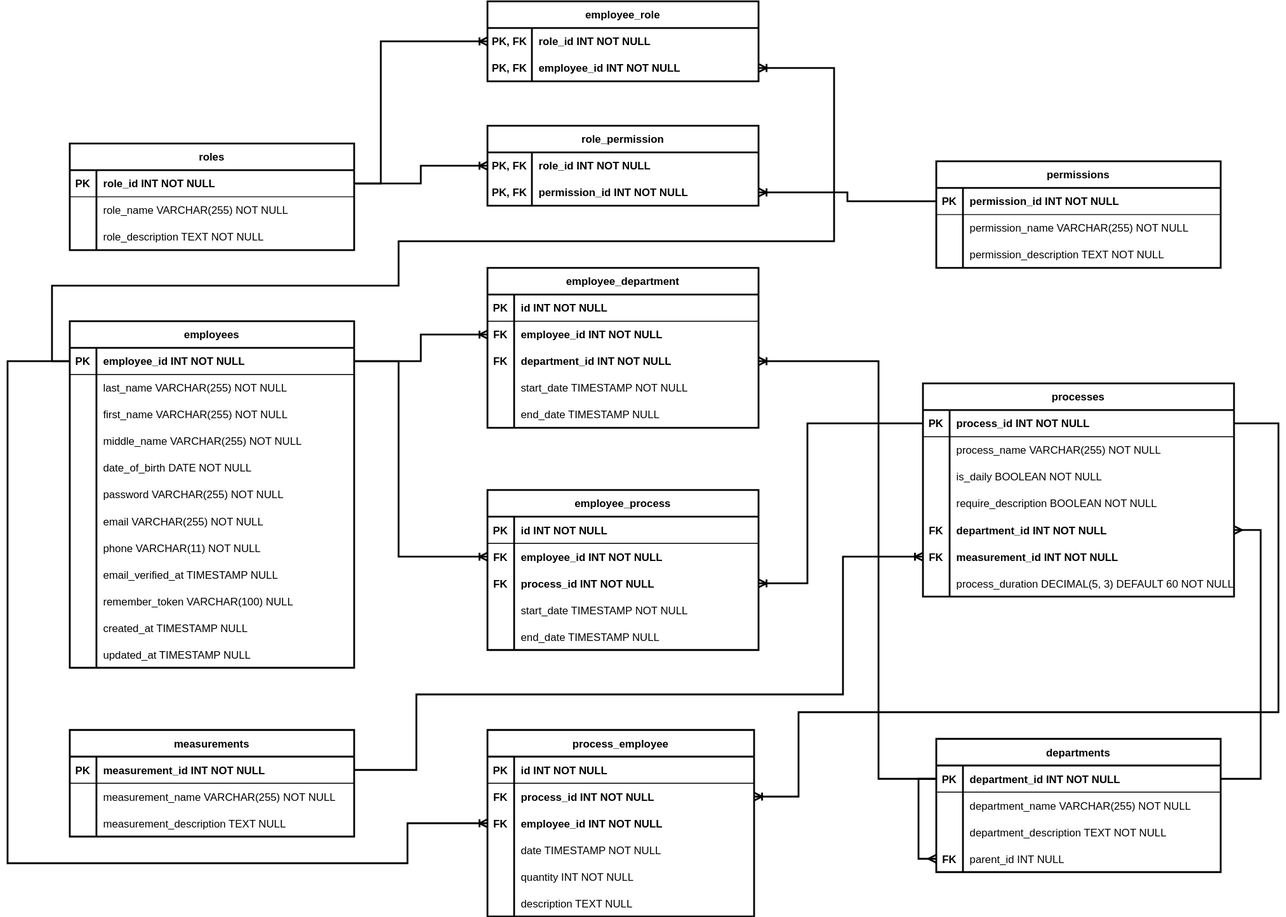
Earlier version of the draw.io export _DatabaseStructure/DB structure new.drawio.svg (JNorri/library_time). Source tidied: cells renumbered, new cells last; positions are measured from the earlier drawing's top-left corner, leaving out a move shared by most shapes.
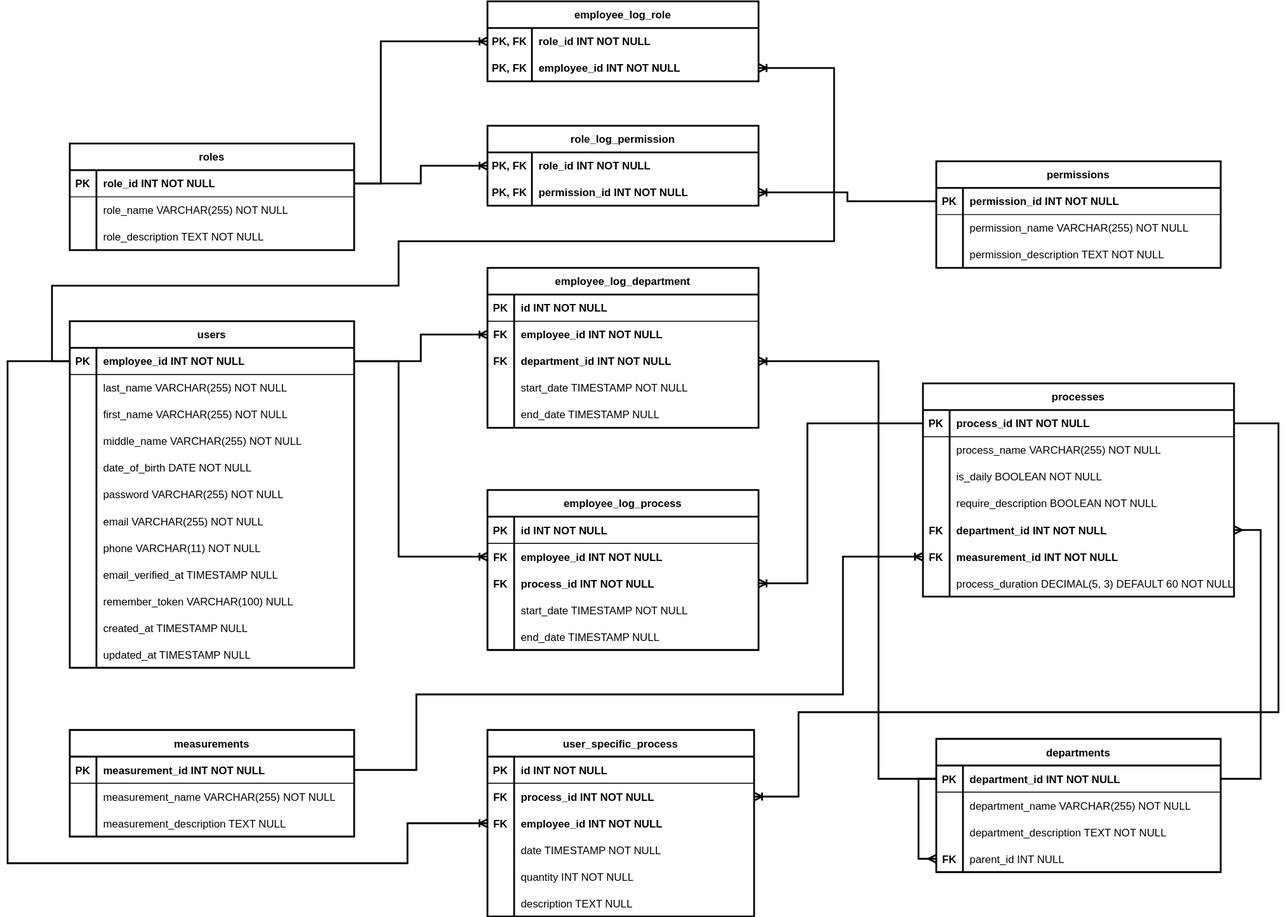
The same file after the commit.

What changed in the source:
```diff
@@ -98,7 +98,7 @@
     <mxCell id="33" value="process_duration DECIMAL(5, 3) DEFAULT 60 NOT NULL" style="shape=partialRectangle;overflow=hidden;fillColor=none;align=left;strokeColor=inherit;top=0;left=0;bottom=0;right=0;spacingLeft=6;" parent="31" vertex="1">
       <mxGeometry x="30" width="320" height="30" as="geometry" />
     </mxCell>
-    <mxCell id="34" value="employees" style="shape=table;startSize=30;rowLines=0;fontStyle=1;align=center;strokeWidth=2;" parent="1" vertex="1">
+    <mxCell id="34" value="users" style="shape=table;startSize=30;rowLines=0;fontStyle=1;align=center;strokeWidth=2;" parent="1" vertex="1">
       <mxGeometry x="70" y="360" width="320" height="390" as="geometry" />
     </mxCell>
     <mxCell id="35" style="shape=tableRow;horizontal=0;startSize=0;swimlaneHead=0;swimlaneBody=0;fillColor=none;points=[[0,0.5],[1,0.5]];portConstraint=eastwest;strokeColor=inherit;top=0;left=0;right=0;bottom=1;" parent="34" vertex="1">
@@ -107,7 +107,7 @@
     <mxCell id="36" value="PK" style="shape=partialRectangle;overflow=hidden;fillColor=none;strokeColor=inherit;top=0;left=0;bottom=0;right=0;fontStyle=1;" parent="35" vertex="1">
       <mxGeometry width="30" height="30" as="geometry" />
     </mxCell>
-    <mxCell id="37" value="employee_id&#9;&#9;   INT NOT NULL" style="shape=partialRectangle;overflow=hidden;fillColor=none;align=left;strokeColor=inherit;top=0;left=0;bottom=0;right=0;spacingLeft=6;fontStyle=1;" parent="35" vertex="1">
+    <mxCell id="37" value="employee_id INT NOT NULL" style="shape=partialRectangle;overflow=hidden;fillColor=none;align=left;strokeColor=inherit;top=0;left=0;bottom=0;right=0;spacingLeft=6;fontStyle=1;" parent="35" vertex="1">
       <mxGeometry x="30" width="290" height="30" as="geometry" />
     </mxCell>
     <mxCell id="38" style="shape=tableRow;horizontal=0;startSize=0;swimlaneHead=0;swimlaneBody=0;fillColor=none;strokeColor=inherit;top=0;left=0;right=0;bottom=0;" parent="34" vertex="1">
@@ -209,7 +209,7 @@
     <mxCell id="70" value="updated_at TIMESTAMP NULL" style="shape=partialRectangle;overflow=hidden;fillColor=none;align=left;strokeColor=inherit;top=0;left=0;bottom=0;right=0;spacingLeft=6;" parent="68" vertex="1">
       <mxGeometry x="30" width="290" height="30" as="geometry" />
     </mxCell>
-    <mxCell id="71" value="process_employee" style="shape=table;startSize=30;rowLines=0;fontStyle=1;align=center;strokeWidth=2;" parent="1" vertex="1">
+    <mxCell id="71" value="user_specific_process" style="shape=table;startSize=30;rowLines=0;fontStyle=1;align=center;strokeWidth=2;" parent="1" vertex="1">
       <mxGeometry x="540" y="820" width="300" height="210" as="geometry" />
     </mxCell>
     <mxCell id="72" style="shape=tableRow;horizontal=0;startSize=0;swimlaneHead=0;swimlaneBody=0;fillColor=none;strokeColor=inherit;top=0;left=0;right=0;bottom=1;" parent="71" vertex="1">
@@ -236,7 +236,7 @@
     <mxCell id="79" value="FK" style="shape=partialRectangle;overflow=hidden;fillColor=none;strokeColor=inherit;top=0;left=0;bottom=0;right=0;fontStyle=1;" parent="78" vertex="1">
       <mxGeometry width="30" height="30" as="geometry" />
     </mxCell>
-    <mxCell id="80" value="employee_id INT NOT NULL" style="shape=partialRectangle;overflow=hidden;fillColor=none;align=left;strokeColor=inherit;top=0;left=0;bottom=0;right=0;spacingLeft=6;fontStyle=1;" parent="78" vertex="1">
+    <mxCell id="80" value="employee_id INT NOT NULL" style="shape=partialRectangle;overflow=hidden;fillColor=none;align=left;strokeColor=inherit;top=0;left=0;bottom=0;right=0;spacingLeft=6;fontStyle=1;" parent="78" vertex="1">
       <mxGeometry x="30" width="270" height="30" as="geometry" />
     </mxCell>
     <mxCell id="81" style="shape=tableRow;horizontal=0;startSize=0;swimlaneHead=0;swimlaneBody=0;fillColor=none;strokeColor=inherit;top=0;left=0;right=0;bottom=0;" parent="71" vertex="1">
@@ -266,7 +266,7 @@
     <mxCell id="89" value="description&#9;TEXT&#9;&#9;        NULL" style="shape=partialRectangle;overflow=hidden;fillColor=none;align=left;strokeColor=inherit;top=0;left=0;bottom=0;right=0;spacingLeft=6;" parent="87" vertex="1">
       <mxGeometry x="30" width="270" height="30" as="geometry" />
     </mxCell>
-    <mxCell id="90" value="employee_department" style="shape=table;startSize=30;rowLines=0;fontStyle=1;align=center;strokeWidth=2;fillColor=default;" parent="1" vertex="1">
+    <mxCell id="90" value="employee_log_department" style="shape=table;startSize=30;rowLines=0;fontStyle=1;align=center;strokeWidth=2;fillColor=default;" parent="1" vertex="1">
       <mxGeometry x="540" y="300" width="305" height="180" as="geometry" />
     </mxCell>
     <mxCell id="91" style="shape=tableRow;horizontal=0;startSize=0;swimlaneHead=0;swimlaneBody=0;fillColor=none;strokeColor=inherit;top=0;left=0;right=0;bottom=1;swimlaneLine=0;" parent="90" vertex="1">
@@ -284,7 +284,7 @@
     <mxCell id="95" value="FK" style="shape=partialRectangle;overflow=hidden;fillColor=none;strokeColor=inherit;top=0;left=0;bottom=0;right=0;fontStyle=1;" parent="94" vertex="1">
       <mxGeometry width="30" height="30" as="geometry" />
     </mxCell>
-    <mxCell id="96" value="employee_id INT NOT NULL" style="shape=partialRectangle;overflow=hidden;fillColor=none;align=left;strokeColor=inherit;top=0;left=0;bottom=0;right=0;spacingLeft=6;fontStyle=1;" parent="94" vertex="1">
+    <mxCell id="96" value="employee_id INT NOT NULL" style="shape=partialRectangle;overflow=hidden;fillColor=none;align=left;strokeColor=inherit;top=0;left=0;bottom=0;right=0;spacingLeft=6;fontStyle=1;" parent="94" vertex="1">
       <mxGeometry x="30" width="275" height="30" as="geometry" />
     </mxCell>
     <mxCell id="97" style="shape=tableRow;horizontal=0;startSize=0;swimlaneHead=0;swimlaneBody=0;fillColor=none;points=[[0,0.5],[1,0.5]];portConstraint=eastwest;strokeColor=inherit;top=0;left=0;right=0;bottom=0;swimlaneLine=0;" parent="90" vertex="1">
@@ -361,7 +361,7 @@
         </Array>
       </mxGeometry>
     </mxCell>
-    <mxCell id="120" value="employee_process" style="shape=table;startSize=30;rowLines=0;fontStyle=1;align=center;strokeWidth=2;fillColor=default;" parent="1" vertex="1">
+    <mxCell id="120" value="employee_log_process" style="shape=table;startSize=30;rowLines=0;fontStyle=1;align=center;strokeWidth=2;fillColor=default;" parent="1" vertex="1">
       <mxGeometry x="540" y="550" width="305" height="180" as="geometry" />
     </mxCell>
     <mxCell id="121" style="shape=tableRow;horizontal=0;startSize=0;swimlaneHead=0;swimlaneBody=0;fillColor=none;strokeColor=inherit;top=0;left=0;right=0;bottom=1;swimlaneLine=0;" parent="120" vertex="1">
@@ -379,7 +379,7 @@
     <mxCell id="125" value="FK" style="shape=partialRectangle;overflow=hidden;fillColor=none;strokeColor=inherit;top=0;left=0;bottom=0;right=0;fontStyle=1;" parent="124" vertex="1">
       <mxGeometry width="30" height="30" as="geometry" />
     </mxCell>
-    <mxCell id="126" value="employee_id INT NOT NULL" style="shape=partialRectangle;overflow=hidden;fillColor=none;align=left;strokeColor=inherit;top=0;left=0;bottom=0;right=0;spacingLeft=6;fontStyle=1;" parent="124" vertex="1">
+    <mxCell id="126" value="employee_id INT NOT NULL" style="shape=partialRectangle;overflow=hidden;fillColor=none;align=left;strokeColor=inherit;top=0;left=0;bottom=0;right=0;spacingLeft=6;fontStyle=1;" parent="124" vertex="1">
       <mxGeometry x="30" width="275" height="30" as="geometry" />
     </mxCell>
     <mxCell id="127" style="shape=tableRow;horizontal=0;startSize=0;swimlaneHead=0;swimlaneBody=0;fillColor=none;points=[[0,0.5],[1,0.5]];portConstraint=eastwest;strokeColor=inherit;top=0;left=0;right=0;bottom=0;swimlaneLine=0;" parent="120" vertex="1">
@@ -409,7 +409,7 @@
     <mxCell id="135" value="end_date TIMESTAMP NULL" style="shape=partialRectangle;overflow=hidden;fillColor=none;align=left;strokeColor=inherit;top=0;left=0;bottom=0;right=0;spacingLeft=6;" parent="133" vertex="1">
       <mxGeometry x="30" width="275" height="30" as="geometry" />
     </mxCell>
-    <mxCell id="136" value="role_permission" style="shape=table;startSize=30;rowLines=0;fontStyle=1;align=center;strokeWidth=2;" parent="1" vertex="1">
+    <mxCell id="136" value="role_log_permission" style="shape=table;startSize=30;rowLines=0;fontStyle=1;align=center;strokeWidth=2;" parent="1" vertex="1">
       <mxGeometry x="540" y="140" width="305" height="90" as="geometry" />
     </mxCell>
     <mxCell id="137" style="shape=tableRow;horizontal=0;startSize=0;swimlaneHead=0;swimlaneBody=0;fillColor=none;points=[[0,0.5],[1,0.5]];portConstraint=eastwest;strokeColor=inherit;top=0;left=0;right=0;bottom=0;" parent="136" vertex="1">
@@ -493,7 +493,7 @@
     <mxCell id="163" value="permission_description &#9;TEXT NOT NULL" style="shape=partialRectangle;overflow=hidden;fillColor=none;align=left;strokeColor=inherit;top=0;left=0;bottom=0;right=0;spacingLeft=6;fontStyle=0;" parent="161" vertex="1">
       <mxGeometry x="30" width="290" height="30" as="geometry" />
     </mxCell>
-    <mxCell id="164" value="employee_role" style="shape=table;startSize=30;rowLines=0;fontStyle=1;align=center;strokeWidth=2;" parent="1" vertex="1">
+    <mxCell id="164" value="employee_log_role" style="shape=table;startSize=30;rowLines=0;fontStyle=1;align=center;strokeWidth=2;" parent="1" vertex="1">
       <mxGeometry x="540" width="305" height="90" as="geometry" />
     </mxCell>
     <mxCell id="165" style="shape=tableRow;horizontal=0;startSize=0;swimlaneHead=0;swimlaneBody=0;fillColor=none;points=[[0,0.5],[1,0.5]];portConstraint=eastwest;strokeColor=inherit;top=0;left=0;right=0;bottom=0;" parent="164" vertex="1">
```
